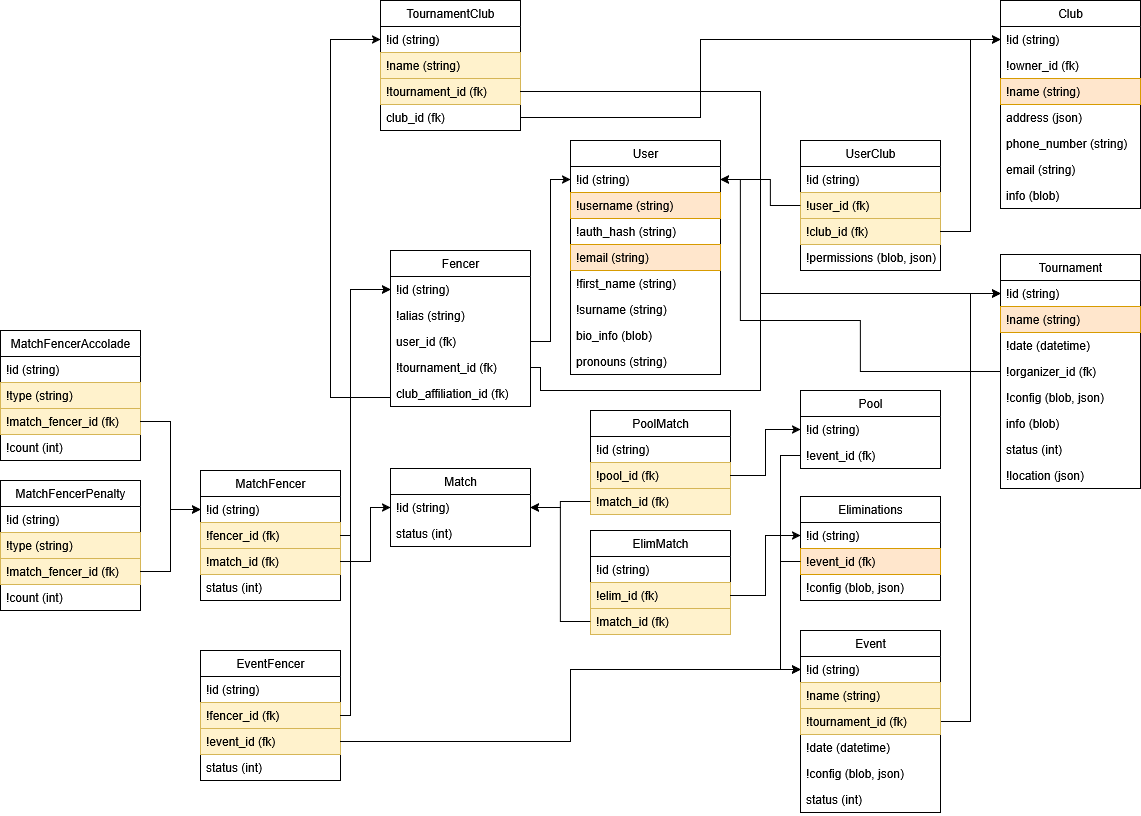
This is zufechten-db/documentation/Zufechten Data Model.drawio.png from invictus125/zufechten, a draw.io export, as it was before one commit. Source tidied: cells renumbered, new cells last; positions are measured from the earlier drawing's top-left corner, leaving out a move shared by most shapes.
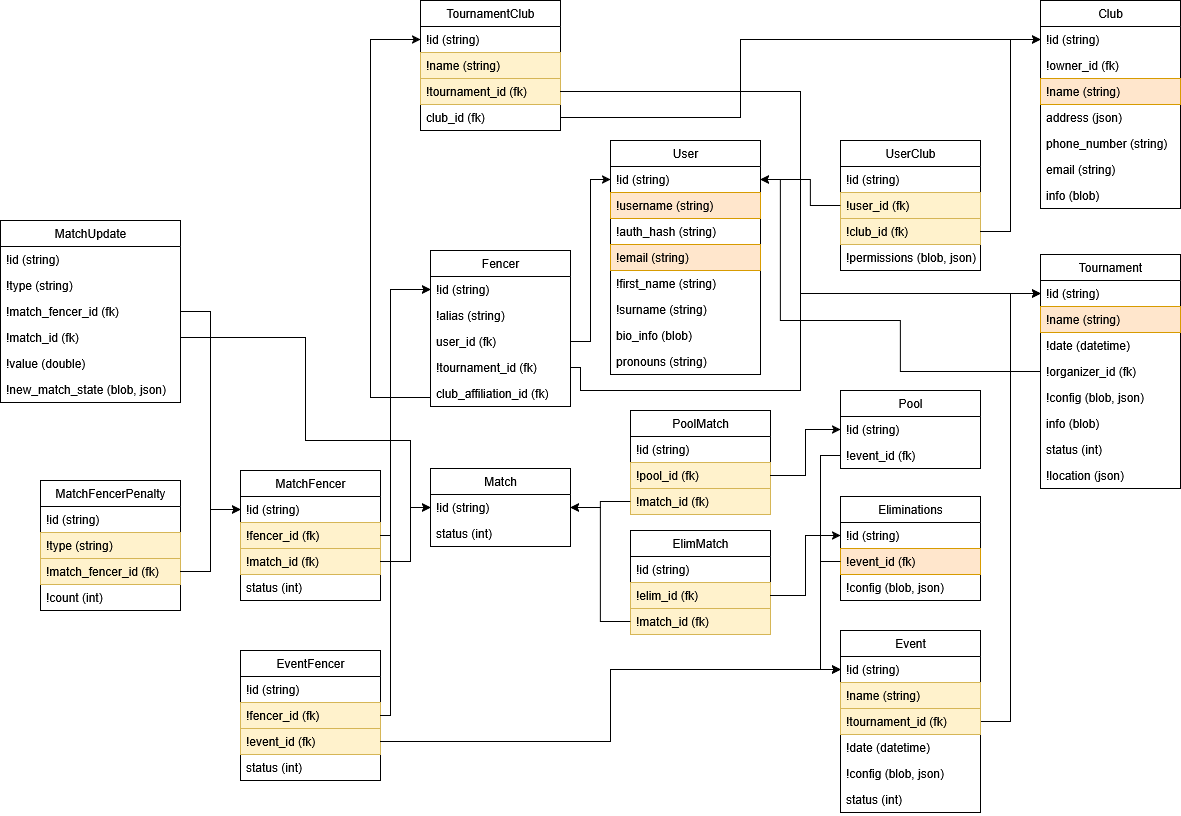
The same file after the commit.

Commit message:
Update schema and docs, add scripts for removing data and DB

What changed in the source:
```diff
@@ -72,21 +72,27 @@
     <mxCell id="22" value="status (int)" style="text;strokeColor=none;fillColor=none;align=left;verticalAlign=top;spacingLeft=4;spacingRight=4;overflow=hidden;whiteSpace=wrap;html=1;" parent="18" vertex="1">
       <mxGeometry y="104" width="140" height="26" as="geometry" />
     </mxCell>
-    <mxCell id="23" value="MatchFencerAccolade" style="swimlane;fontStyle=0;horizontal=1;startSize=26;fillColor=none;html=1;" parent="1" vertex="1">
-      <mxGeometry y="330" width="140" height="130" as="geometry" />
+    <mxCell id="23" value="MatchUpdate" style="swimlane;fontStyle=0;horizontal=1;startSize=26;fillColor=none;html=1;" parent="1" vertex="1">
+      <mxGeometry x="-40" y="220" width="180" height="182" as="geometry" />
     </mxCell>
     <mxCell id="24" value="!id (string)" style="text;strokeColor=none;fillColor=none;align=left;verticalAlign=top;spacingLeft=4;spacingRight=4;overflow=hidden;whiteSpace=wrap;html=1;" parent="23" vertex="1">
-      <mxGeometry y="26" width="140" height="26" as="geometry" />
+      <mxGeometry y="26" width="180" height="26" as="geometry" />
     </mxCell>
-    <mxCell id="25" value="!type (string)" style="text;strokeColor=#d6b656;fillColor=#fff2cc;align=left;verticalAlign=top;spacingLeft=4;spacingRight=4;overflow=hidden;whiteSpace=wrap;html=1;" parent="23" vertex="1">
-      <mxGeometry y="52" width="140" height="26" as="geometry" />
+    <mxCell id="25" value="!type (string)" style="text;align=left;verticalAlign=top;spacingLeft=4;spacingRight=4;overflow=hidden;whiteSpace=wrap;html=1;" parent="23" vertex="1">
+      <mxGeometry y="52" width="180" height="26" as="geometry" />
     </mxCell>
-    <mxCell id="26" value="!match_fencer_id (fk)" style="text;strokeColor=#d6b656;fillColor=#fff2cc;align=left;verticalAlign=top;spacingLeft=4;spacingRight=4;overflow=hidden;points=[[0,0.5],[1,0.5]];portConstraint=eastwest;whiteSpace=wrap;html=1;" parent="23" vertex="1">
-      <mxGeometry y="78" width="140" height="26" as="geometry" />
+    <mxCell id="26" value="!match_fencer_id (fk)" style="text;align=left;verticalAlign=top;spacingLeft=4;spacingRight=4;overflow=hidden;points=[[0,0.5],[1,0.5]];portConstraint=eastwest;whiteSpace=wrap;html=1;" parent="23" vertex="1">
+      <mxGeometry y="78" width="180" height="26" as="geometry" />
     </mxCell>
+    <mxCell id="110" value="!match_id (fk)" style="text;align=left;verticalAlign=top;spacingLeft=4;spacingRight=4;overflow=hidden;points=[[0,0.5],[1,0.5]];portConstraint=eastwest;whiteSpace=wrap;html=1;" parent="23" vertex="1">
+      <mxGeometry y="104" width="180" height="26" as="geometry" />
+    </mxCell>
-    <mxCell id="27" value="!count (int)" style="text;strokeColor=none;fillColor=none;align=left;verticalAlign=top;spacingLeft=4;spacingRight=4;overflow=hidden;whiteSpace=wrap;html=1;" parent="23" vertex="1">
-      <mxGeometry y="104" width="140" height="26" as="geometry" />
+    <mxCell id="27" value="!value (double)" style="text;strokeColor=none;fillColor=none;align=left;verticalAlign=top;spacingLeft=4;spacingRight=4;overflow=hidden;whiteSpace=wrap;html=1;" parent="23" vertex="1">
+      <mxGeometry y="130" width="180" height="26" as="geometry" />
     </mxCell>
+    <mxCell id="111" value="!new_match_state (blob, json)" style="text;strokeColor=none;fillColor=none;align=left;verticalAlign=top;spacingLeft=4;spacingRight=4;overflow=hidden;whiteSpace=wrap;html=1;" parent="23" vertex="1">
+      <mxGeometry y="156" width="180" height="26" as="geometry" />
+    </mxCell>
     <mxCell id="28" style="edgeStyle=orthogonalEdgeStyle;rounded=0;jettySize=auto;html=1;entryX=0;entryY=0.5;entryDx=0;entryDy=0;" parent="1" edge="1" source="26" target="19">
       <mxGeometry relative="1" as="geometry" />
     </mxCell>
@@ -370,5 +376,15 @@
         </Array>
       </mxGeometry>
     </mxCell>
+    <mxCell id="112" style="edgeStyle=orthogonalEdgeStyle;rounded=0;jettySize=auto;html=1;exitX=1;exitY=0.5;exitDx=0;exitDy=0;entryX=0;entryY=0.5;entryDx=0;entryDy=0;" parent="1" edge="1" source="110" target="38">
+      <mxGeometry relative="1" as="geometry">
+        <Array as="points">
+          <mxPoint x="265" y="337" />
+          <mxPoint x="265" y="440" />
+          <mxPoint x="370" y="440" />
+          <mxPoint x="370" y="507" />
+        </Array>
+      </mxGeometry>
+    </mxCell>
   </root>
 </mxGraphModel>
```
